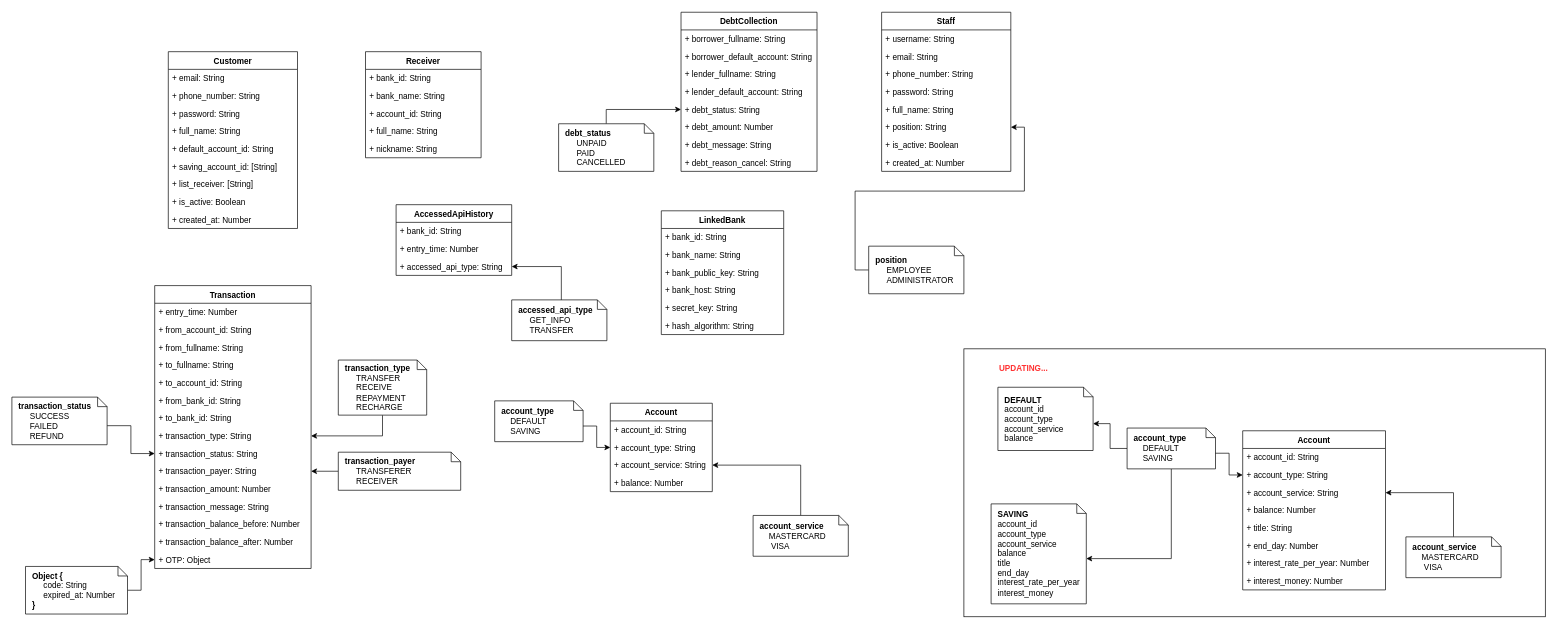
Before: 03_Design/01_Data/InternetBanking.drawio in imdotnhsang/AWAD_NNDK_08, a draw.io diagram. Source tidied: cells renumbered, new cells numbered last; positions are measured from the earlier drawing's top-left corner, leaving out a move shared by most shapes. Both pictures are drawn from the tidied source at 68%, with x=0, y=0 at pixel (12, 12).
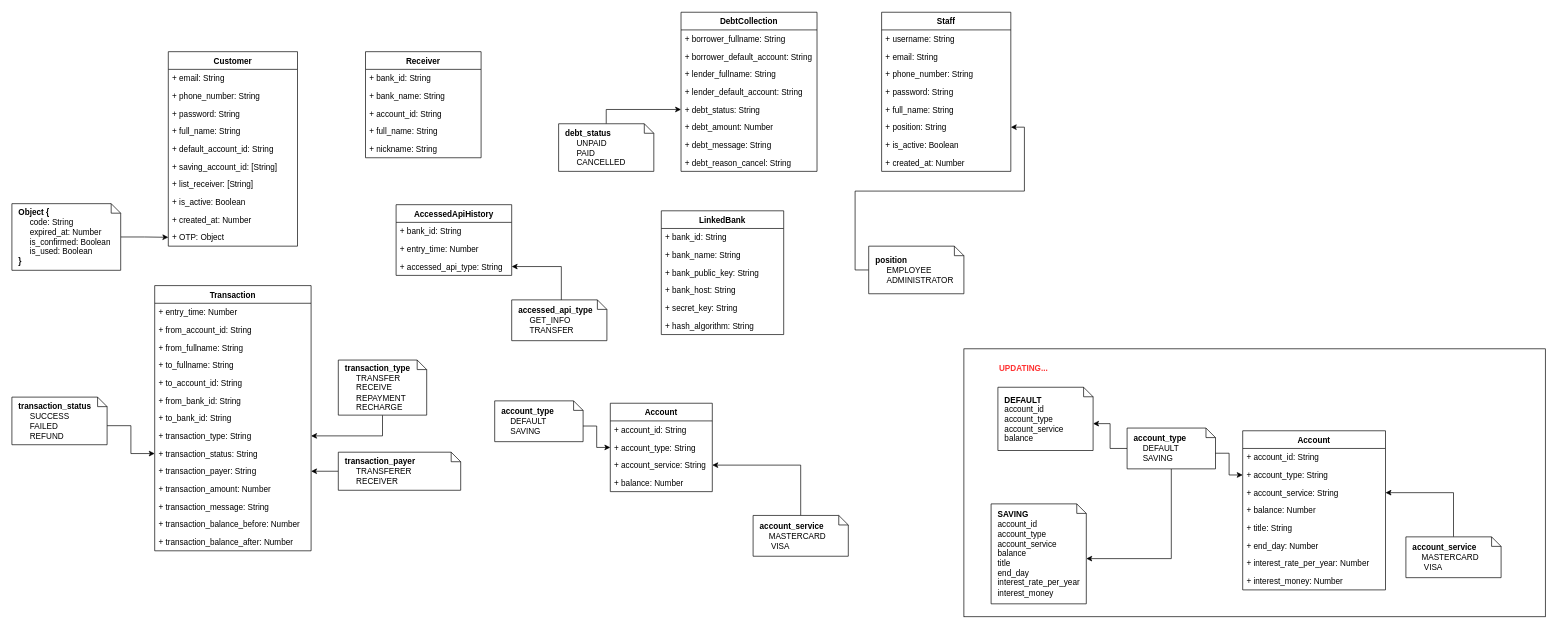
The same page after the edit.

Diff of the diagram source:
```diff
@@
     <mxCell id="4" value="Transaction" style="swimlane;fontStyle=1;horizontal=1;startSize=26;fillColor=none;" parent="1" vertex="1">
-      <mxGeometry x="210" y="402.5" width="230" height="416" as="geometry" />
+      <mxGeometry x="210" y="402.5" width="230" height="390" as="geometry" />
     </mxCell>
@@
-    <mxCell id="19" value="+ OTP: Object" style="text;strokeColor=none;fillColor=none;align=left;verticalAlign=top;spacingLeft=4;spacingRight=4;overflow=hidden;points=[[0,0.5],[1,0.5]];portConstraint=eastwest;" parent="4" vertex="1">
-      <mxGeometry y="390" width="230" height="26" as="geometry" />
-    </mxCell>
@@
     <mxCell id="42" value="Customer" style="swimlane;fontStyle=1;horizontal=1;startSize=26;fillColor=none;" parent="1" vertex="1">
-      <mxGeometry x="230" y="58.5" width="190" height="260" as="geometry" />
+      <mxGeometry x="230" y="58.5" width="190" height="286" as="geometry" />
     </mxCell>
@@
+    <mxCell id="19" value="+ OTP: Object" style="text;strokeColor=none;fillColor=none;align=left;verticalAlign=top;spacingLeft=4;spacingRight=4;overflow=hidden;points=[[0,0.5],[1,0.5]];portConstraint=eastwest;" parent="42" vertex="1">
+      <mxGeometry y="260" width="190" height="26" as="geometry" />
+    </mxCell>
@@
-    <mxCell id="53" value="&lt;b&gt;Object {&lt;/b&gt;&lt;br&gt;&amp;nbsp; &amp;nbsp; &amp;nbsp;code: String&lt;br&gt;&amp;nbsp; &amp;nbsp; &amp;nbsp;expired_at: Number&lt;br&gt;&lt;b&gt;}&lt;/b&gt;" style="shape=note;whiteSpace=wrap;html=1;size=14;verticalAlign=middle;align=left;spacingTop=0;spacing=10;" parent="1" vertex="1">
-      <mxGeometry x="20" y="815.5" width="150" height="70" as="geometry" />
+    <mxCell id="53" value="&lt;b&gt;Object {&lt;/b&gt;&lt;br&gt;&amp;nbsp; &amp;nbsp; &amp;nbsp;code: String&lt;br&gt;&amp;nbsp; &amp;nbsp; &amp;nbsp;expired_at: Number&lt;br&gt;&amp;nbsp; &amp;nbsp; &amp;nbsp;is_confirmed: Boolean&lt;br&gt;&amp;nbsp; &amp;nbsp; &amp;nbsp;is_used: Boolean&lt;br&gt;&lt;b&gt;}&lt;/b&gt;" style="shape=note;whiteSpace=wrap;html=1;size=14;verticalAlign=middle;align=left;spacingTop=0;spacing=10;" parent="1" vertex="1">
+      <mxGeometry y="282" width="160" height="98" as="geometry" />
     </mxCell>
```
